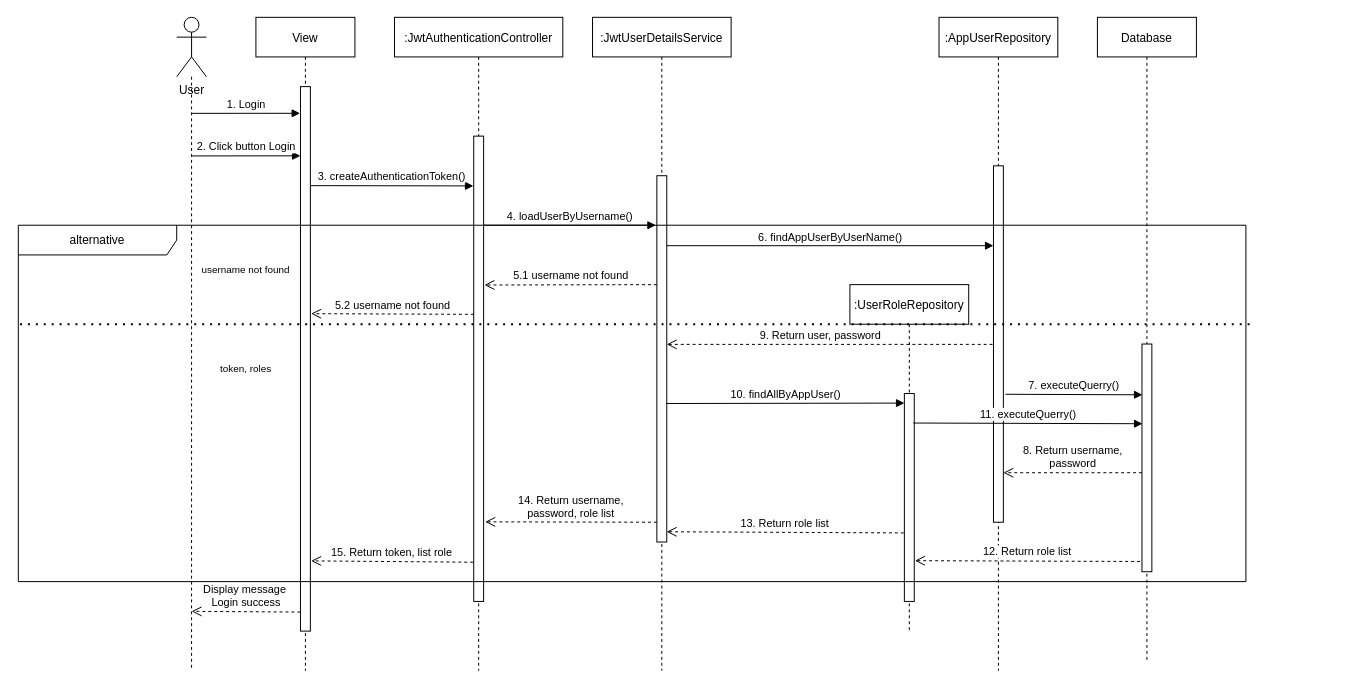
Earlier version of the draw.io diagram module6/detail-design/login-sequence-diagram.drawio (tranthienminh135/C0222G2-TranDucPhuong). Source tidied: cells renumbered, new cells numbered last; positions are measured from the earlier drawing's top-left corner, leaving out a move shared by most shapes. Both pictures are drawn from the tidied source at 99%, with x=0, y=0 at pixel (18, 17).
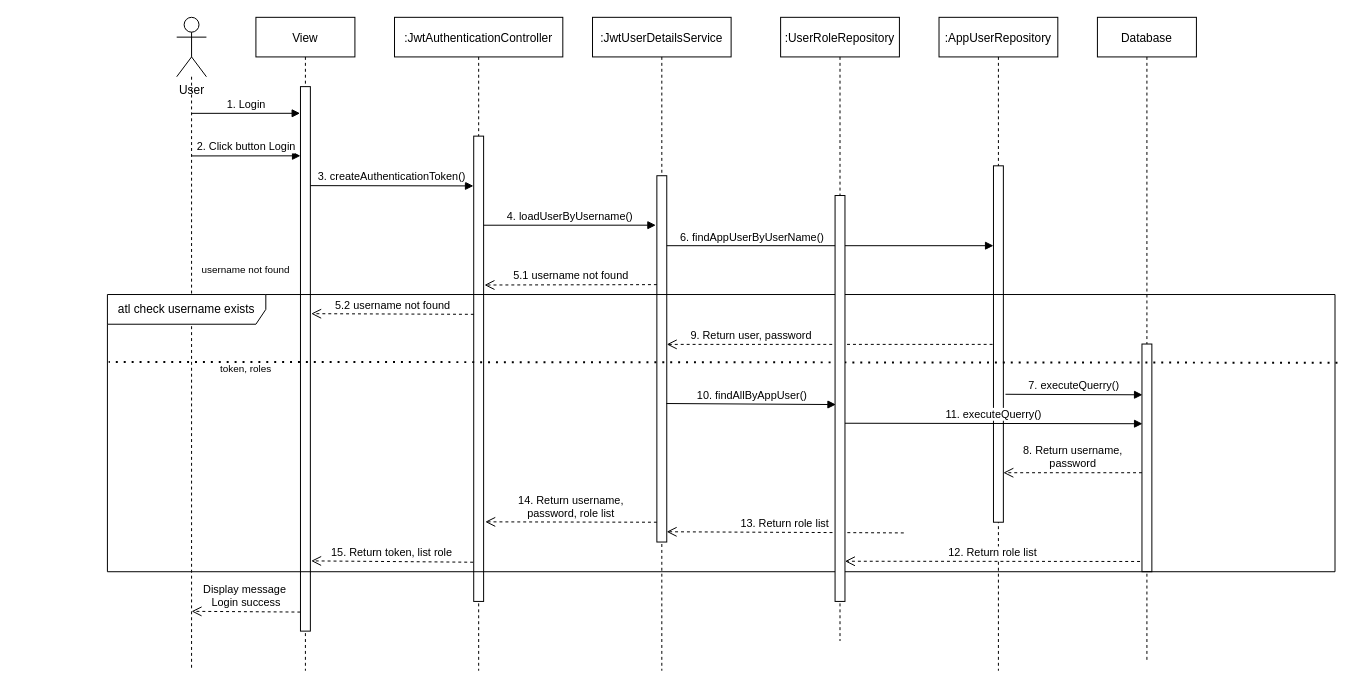
Above is the later version.

The change refers to these unchanged cells:
```xml
<mxCell id="13" style="html=1;points=[];perimeter=orthogonalPerimeter;" parent="12" vertex="1">
  <mxGeometry x="65" y="160" width="10" height="370" as="geometry" />
</mxCell>
<mxCell id="15" style="html=1;points=[];perimeter=orthogonalPerimeter;" parent="14" vertex="1">
  <mxGeometry x="55" y="150" width="10" height="360" as="geometry" />
</mxCell>
<mxCell id="17" style="html=1;points=[];perimeter=orthogonalPerimeter;" parent="16" vertex="1">
  <mxGeometry x="45" y="330" width="10" height="230" as="geometry" />
</mxCell>
```

Diff of the diagram source:
```diff
@@
     <mxCell id="20" value="6. findAppUserByUserName()" style="html=1;verticalAlign=bottom;endArrow=block;exitX=0.997;exitY=0.191;exitDx=0;exitDy=0;exitPerimeter=0;" parent="1" edge="1" source="13" target="15">
-      <mxGeometry relative="1" as="geometry" />
+      <mxGeometry x="-0.48" relative="1" as="geometry" />
     </mxCell>
@@
     <mxCell id="27" value="9. Return user, password" style="html=1;verticalAlign=bottom;endArrow=open;dashed=1;endSize=8;exitX=-0.09;exitY=0.501;exitDx=0;exitDy=0;exitPerimeter=0;" parent="1" edge="1" source="15" target="13">
-      <mxGeometry x="0.06" relative="1" as="geometry" />
+      <mxGeometry x="0.48" relative="1" as="geometry" />
     </mxCell>
     <mxCell id="28" value=":UserRoleRepository" style="shape=umlLifeline;perimeter=lifelinePerimeter;rounded=0;shadow=0;strokeWidth=1;" parent="1" vertex="1">
-      <mxGeometry x="840" y="270" width="120" height="350" as="geometry" />
+      <mxGeometry x="770" width="120" height="630" as="geometry" />
     </mxCell>
-    <mxCell id="29" style="html=1;points=[];perimeter=orthogonalPerimeter;" parent="28" vertex="1">
-      <mxGeometry x="55" y="110" width="10" height="210" as="geometry" />
-    </mxCell>
-    <mxCell id="30" value="10. findAllByAppUser()" style="html=1;verticalAlign=bottom;endArrow=block;exitX=1.173;exitY=0.622;exitDx=0;exitDy=0;exitPerimeter=0;entryX=0.01;entryY=0.046;entryDx=0;entryDy=0;entryPerimeter=0;" parent="1" edge="1" target="29">
+    <mxCell id="30" value="10. findAllByAppUser()" style="html=1;verticalAlign=bottom;endArrow=block;exitX=1.173;exitY=0.622;exitDx=0;exitDy=0;exitPerimeter=0;entryX=0.083;entryY=0.515;entryDx=0;entryDy=0;entryPerimeter=0;" parent="1" edge="1" target="29">
       <mxGeometry relative="1" as="geometry">
         <mxPoint x="654.7" y="390.1" as="sourcePoint" />
       </mxGeometry>
     </mxCell>
@@
-    <mxCell id="32" value="11. executeQuerry()" style="html=1;verticalAlign=bottom;endArrow=block;exitX=0.908;exitY=0.142;exitDx=0;exitDy=0;exitPerimeter=0;entryX=0.051;entryY=0.35;entryDx=0;entryDy=0;entryPerimeter=0;" parent="1" edge="1" source="29" target="17">
+    <mxCell id="32" value="11. executeQuerry()" style="html=1;verticalAlign=bottom;endArrow=block;entryX=0.051;entryY=0.35;entryDx=0;entryDy=0;entryPerimeter=0;exitX=0.972;exitY=0.561;exitDx=0;exitDy=0;exitPerimeter=0;" parent="1" edge="1" source="29" target="17">
       <mxGeometry relative="1" as="geometry" />
     </mxCell>
-    <mxCell id="33" value="12. Return role list" style="html=1;verticalAlign=bottom;endArrow=open;dashed=1;endSize=8;entryX=1.071;entryY=0.804;entryDx=0;entryDy=0;entryPerimeter=0;exitX=-0.194;exitY=0.955;exitDx=0;exitDy=0;exitPerimeter=0;" parent="1" edge="1" source="17" target="29">
+    <mxCell id="33" value="12. Return role list" style="html=1;verticalAlign=bottom;endArrow=open;dashed=1;endSize=8;entryX=1;entryY=0.901;entryDx=0;entryDy=0;entryPerimeter=0;exitX=-0.194;exitY=0.955;exitDx=0;exitDy=0;exitPerimeter=0;" parent="1" edge="1" source="17" target="29">
       <mxGeometry relative="1" as="geometry" />
     </mxCell>
@@
-    <mxCell id="35" value="alternative" style="shape=umlFrame;whiteSpace=wrap;html=1;width=160;height=30;" parent="1" vertex="1">
-      <mxGeometry y="210" width="1240" height="360" as="geometry" />
+    <mxCell id="35" value="atl check username exists" style="shape=umlFrame;whiteSpace=wrap;html=1;width=160;height=30;" parent="1" vertex="1">
+      <mxGeometry x="90" y="280" width="1240" height="280" as="geometry" />
     </mxCell>
-    <mxCell id="36" style="endArrow=none;dashed=1;html=1;dashPattern=1 3;strokeWidth=2;rounded=0;exitX=1.003;exitY=0.278;exitDx=0;exitDy=0;exitPerimeter=0;" parent="1" edge="1" source="35">
-      <mxGeometry relative="1" as="geometry">
-        <mxPoint y="310" as="targetPoint" />
-      </mxGeometry>
+    <mxCell id="36" style="endArrow=none;dashed=1;html=1;dashPattern=1 3;strokeWidth=2;rounded=0;exitX=1.002;exitY=0.246;exitDx=0;exitDy=0;exitPerimeter=0;startArrow=none;entryX=0.001;entryY=0.243;entryDx=0;entryDy=0;entryPerimeter=0;" parent="1" edge="1" source="35" target="35">
+      <mxGeometry relative="1" as="geometry" />
     </mxCell>
+    <mxCell id="29" style="html=1;points=[];perimeter=orthogonalPerimeter;" parent="1" vertex="1">
+      <mxGeometry x="825" y="180" width="10" height="410" as="geometry" />
+    </mxCell>
```
